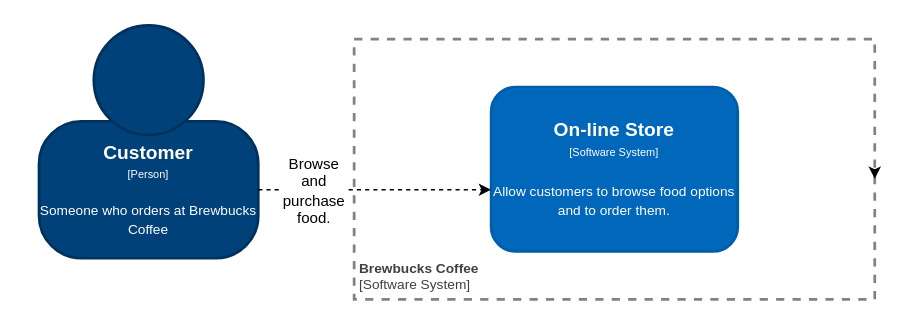
The draw.io diagram model/c4/drawio/context.drawio in CSSE6400/P03-Brewbucks, before the edit. Source tidied: cells renumbered, new cells numbered last; positions are measured from the earlier drawing's top-left corner, leaving out a move shared by most shapes. Both pictures are drawn from the tidied source at 137%, with x=0, y=0 at pixel (38, 25).
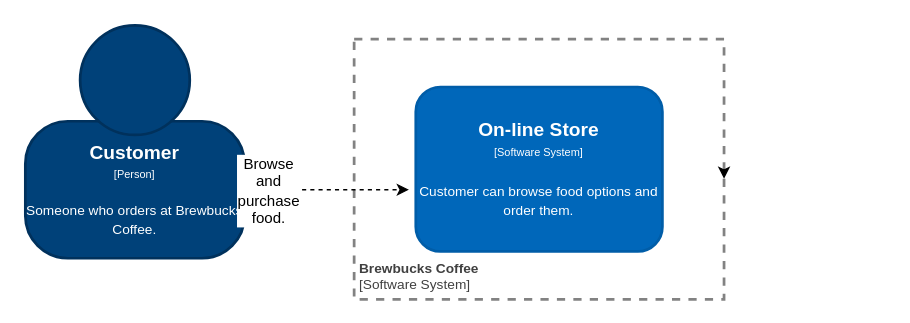
After the change.

The edit, as a diff of the source:
```diff
@@
 <mxGraphModel background="#ffffff">
   <root>
     <mxCell id="0" />
     <mxCell id="1" parent="0" />
     <mxCell id="2" style="group;" parent="1" vertex="1">
-      <mxGeometry width="160" height="170" as="geometry" />
+      <mxGeometry x="-10" width="160" height="170" as="geometry" />
     </mxCell>
-    <object id="3" label="&lt;div style=&quot;color: rgb(255 , 255 , 255) ; white-space: normal&quot;&gt;&lt;span style=&quot;font-size: 14px&quot;&gt;&lt;b&gt;%name%&lt;/b&gt;&lt;/span&gt;&lt;/div&gt;&lt;div style=&quot;color: rgb(255 , 255 , 255) ; white-space: normal&quot;&gt;&lt;font style=&quot;font-size: 8px&quot;&gt;[Person]&lt;/font&gt;&lt;/div&gt;&lt;div style=&quot;color: rgb(255 , 255 , 255) ; white-space: normal ; font-size: 8px&quot;&gt;&lt;span style=&quot;font-size: x-small&quot;&gt;&lt;br&gt;&lt;/span&gt;&lt;/div&gt;&lt;div style=&quot;color: rgb(255 , 255 , 255) ; white-space: normal&quot;&gt;&lt;font size=&quot;1&quot;&gt;%description%&lt;/font&gt;&lt;/div&gt;" description="Someone who orders at Brewbucks Coffee" name="Customer" placeholders="1">
+    <object id="3" label="&lt;div style=&quot;color: rgb(255 , 255 , 255) ; white-space: normal&quot;&gt;&lt;span style=&quot;font-size: 14px&quot;&gt;&lt;b&gt;%name%&lt;/b&gt;&lt;/span&gt;&lt;/div&gt;&lt;div style=&quot;color: rgb(255 , 255 , 255) ; white-space: normal&quot;&gt;&lt;font style=&quot;font-size: 8px&quot;&gt;[Person]&lt;/font&gt;&lt;/div&gt;&lt;div style=&quot;color: rgb(255 , 255 , 255) ; white-space: normal ; font-size: 8px&quot;&gt;&lt;span style=&quot;font-size: x-small&quot;&gt;&lt;br&gt;&lt;/span&gt;&lt;/div&gt;&lt;div style=&quot;color: rgb(255 , 255 , 255) ; white-space: normal&quot;&gt;&lt;font size=&quot;1&quot;&gt;%description%&lt;/font&gt;&lt;/div&gt;" description="Someone who orders at Brewbucks Coffee." name="Customer" placeholders="1">
       <mxCell style="rounded=1;whiteSpace=wrap;html=1;strokeColor=#00315C;fillColor=#004179;fontColor=#000000;arcSize=31;strokeWidth=2;" parent="2" vertex="1">
         <mxGeometry y="70" width="160" height="100" as="geometry" />
       </mxCell>
     </object>
     <mxCell id="4" style="ellipse;whiteSpace=wrap;html=1;strokeColor=#00315C;fillColor=#004179;fontColor=#000000;strokeWidth=2;" parent="2" vertex="1">
       <mxGeometry x="40" width="80" height="80" as="geometry" />
     </mxCell>
     <object id="5" label="&lt;font style=&quot;font-size: 10px&quot;&gt;&lt;b&gt;%name%&lt;/b&gt;&lt;br style=&quot;font-size: 10px&quot;&gt;[Software System]&lt;/font&gt;" name="Brewbucks Coffee" placeholders="1">
       <mxCell style="rounded=0;whiteSpace=wrap;html=1;strokeColor=#828282;fontColor=#404040;align=left;labelPosition=center;verticalLabelPosition=middle;verticalAlign=bottom;strokeWidth=2;perimeterSpacing=0;spacing=4;spacingTop=0;fontSize=10;fillColor=none;dashed=1;" parent="1" vertex="1">
-        <mxGeometry x="230" y="10" width="380" height="190" as="geometry" />
+        <mxGeometry x="230" y="10" width="270" height="190" as="geometry" />
       </mxCell>
     </object>
-    <object id="6" label="&lt;div&gt;&lt;span style=&quot;font-size: 14px&quot;&gt;&lt;b&gt;%name%&lt;/b&gt;&lt;/span&gt;&lt;/div&gt;&lt;div&gt;&lt;span style=&quot;font-size: 8px&quot;&gt;[Software System]&lt;/span&gt;&lt;/div&gt;&lt;div&gt;&lt;span style=&quot;font-size: 8px&quot;&gt;&lt;br&gt;&lt;/span&gt;&lt;/div&gt;&lt;div&gt;&lt;font size=&quot;1&quot;&gt;%description%&lt;/font&gt;&lt;/div&gt;" description="Allow customers to browse food options and to order them." name="On-line Store" placeholders="1">
+    <object id="6" label="&lt;div&gt;&lt;span style=&quot;font-size: 14px&quot;&gt;&lt;b&gt;%name%&lt;/b&gt;&lt;/span&gt;&lt;/div&gt;&lt;div&gt;&lt;span style=&quot;font-size: 8px&quot;&gt;[Software System]&lt;/span&gt;&lt;/div&gt;&lt;div&gt;&lt;span style=&quot;font-size: 8px&quot;&gt;&lt;br&gt;&lt;/span&gt;&lt;/div&gt;&lt;div&gt;&lt;font size=&quot;1&quot;&gt;%description%&lt;/font&gt;&lt;/div&gt;" description="Customer can browse food options and order them." name="On-line Store" placeholders="1">
       <mxCell style="rounded=1;whiteSpace=wrap;html=1;fillColor=#0067BA;fontColor=#FFFFFF;strokeColor=#005DA8;strokeWidth=2;" parent="1" vertex="1">
-        <mxGeometry x="330" y="45" width="180" height="120" as="geometry" />
+        <mxGeometry x="275" y="45" width="180" height="120" as="geometry" />
       </mxCell>
     </object>
     <mxCell id="7" style="edgeStyle=orthogonalEdgeStyle;rounded=0;jettySize=auto;html=1;exitX=1;exitY=0.5;exitDx=0;exitDy=0;dashed=1;" parent="1" edge="1" source="3">
       <mxGeometry relative="1" as="geometry">
-        <mxPoint x="330" y="120" as="targetPoint" />
+        <mxPoint x="270" y="120" as="targetPoint" />
       </mxGeometry>
     </mxCell>
     <mxCell id="8" value="&lt;font style=&quot;font-size: 11px;&quot;&gt;Browse and purchase food.&lt;/font&gt;" style="edgeLabel;html=1;align=center;verticalAlign=middle;imageAspect=1;whiteSpace=wrap;" parent="7" vertex="1">
       <mxGeometry x="-0.08" relative="1" as="geometry">
         <mxPoint x="-38" as="offset" />
       </mxGeometry>
     </mxCell>
     <mxCell id="9" style="edgeStyle=orthogonalEdgeStyle;rounded=0;orthogonalLoop=1;jettySize=auto;html=1;exitX=1;exitY=0.5;exitDx=0;exitDy=0;entryX=1;entryY=0.537;entryDx=0;entryDy=0;entryPerimeter=0;" parent="1" edge="1" source="5" target="5">
       <mxGeometry relative="1" as="geometry" />
     </mxCell>
   </root>
 </mxGraphModel>
```
